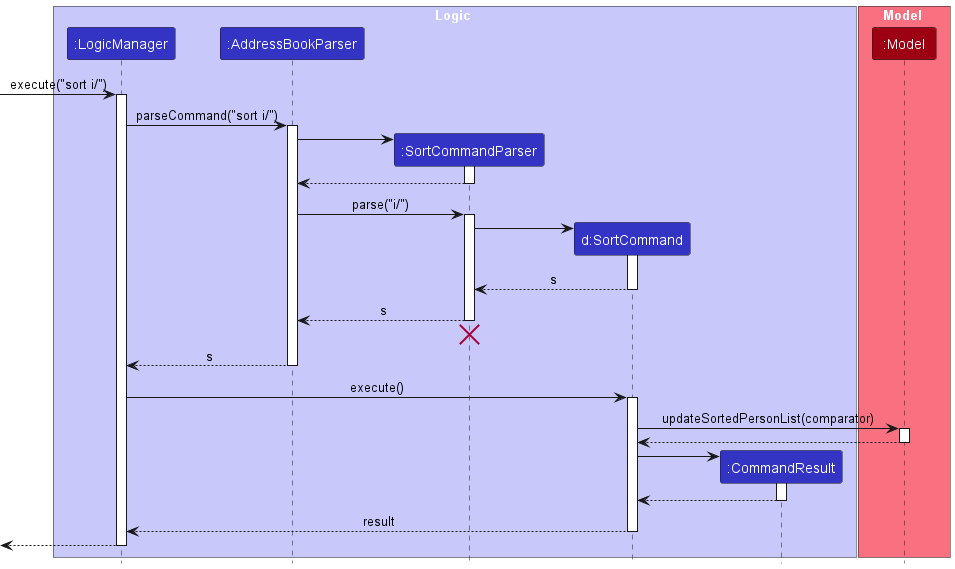
ricketytoc/tp keeps this PlantUML diagram as docs/images/SortCommandDiagram.png. Above is the earlier version.
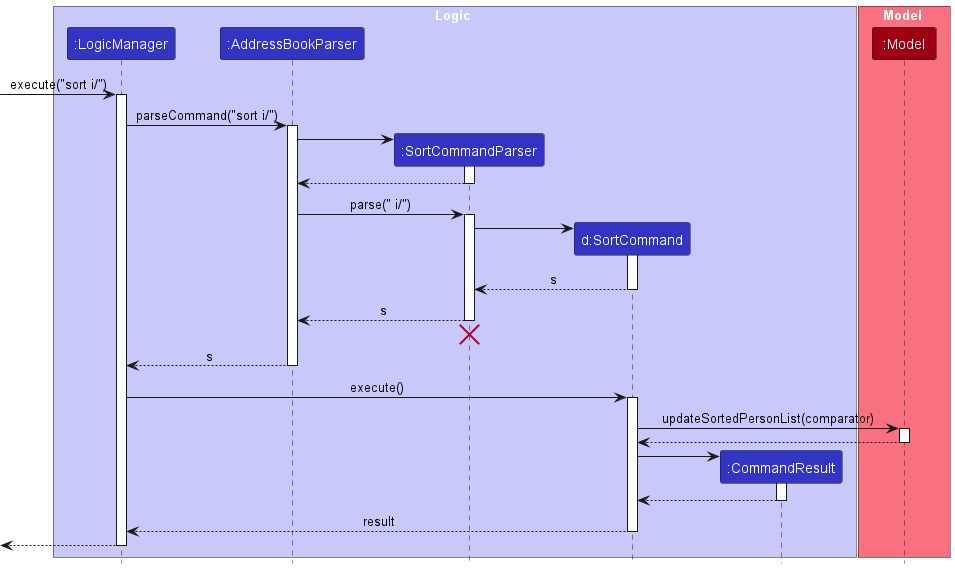
Above is the later version.

Commit message:
Update sort diagram

The edit, as a diff of the source:
```diff
@@ -27,7 +27,7 @@
 SortCommandParser --> AddressBookParser
 deactivate SortCommandParser
 
-AddressBookParser -> SortCommandParser : parse("i/")
+AddressBookParser -> SortCommandParser : parse(" i/")
 activate SortCommandParser
 
 create SortCommand
```
